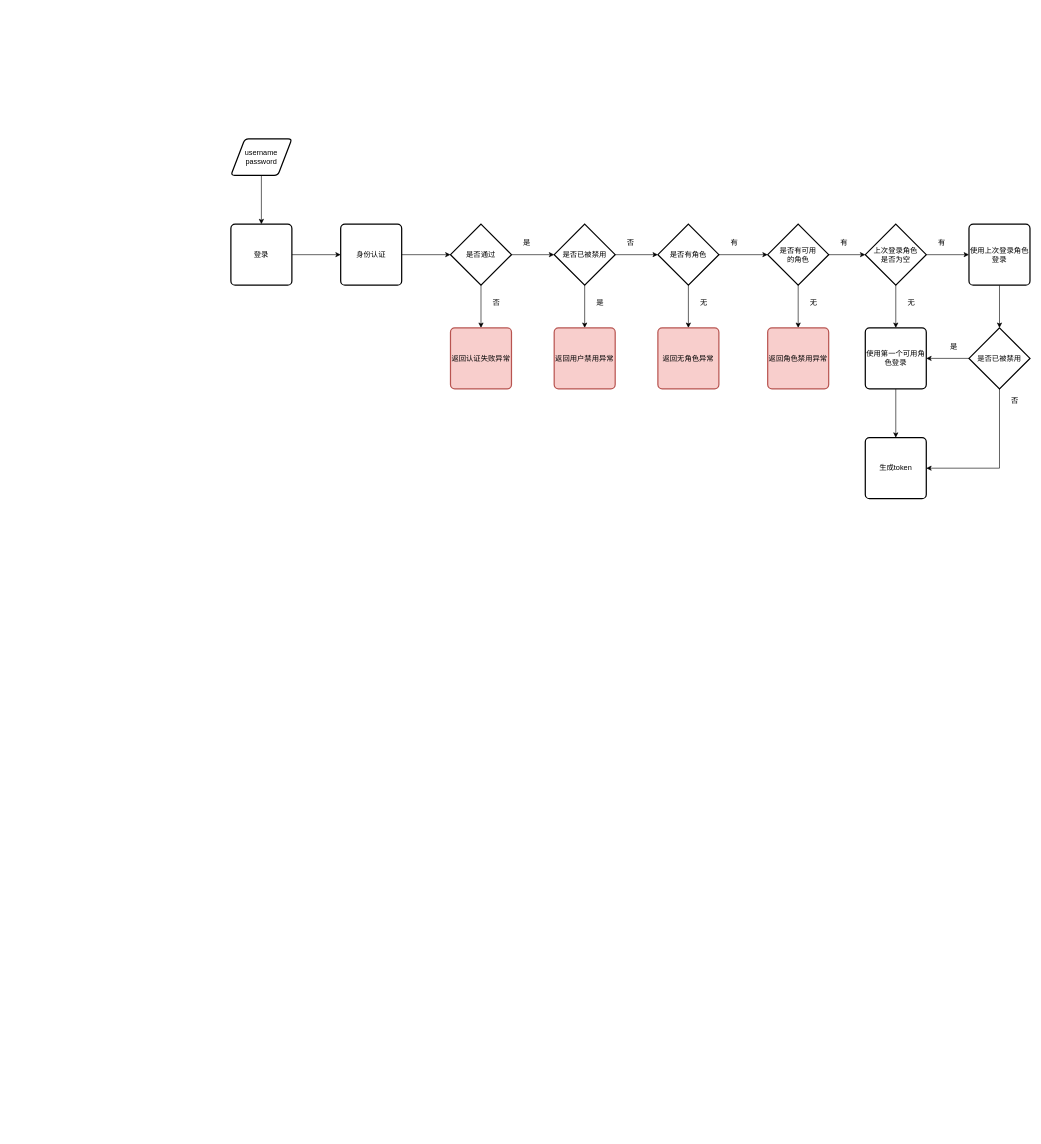
The draw.io diagram draw/登录认证.drawio in Darren0829/draw.io, before the edit. Source tidied: cells renumbered, new cells numbered last; positions are measured from the earlier drawing's top-left corner, leaving out a move shared by most shapes. Both pictures are drawn from the tidied source at 61%, with x=0, y=0 at pixel (231, 138).
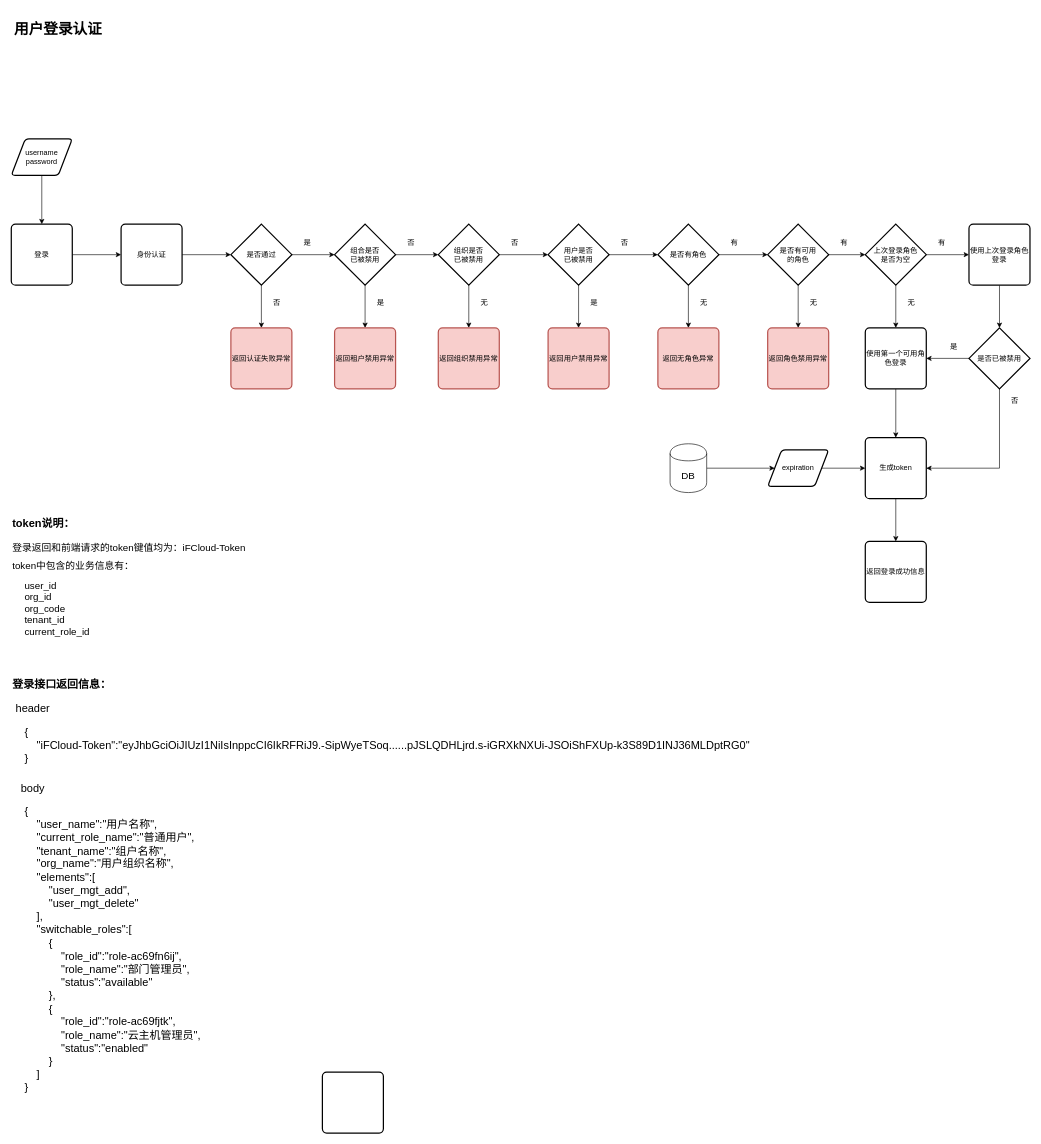
The same page after the edit.

Commit message (it also covers changes not shown here):
更新登录认证.drawio

Unchanged cells that the change refers to:
```xml
<mxCell id="19" value="是否有角色" style="strokeWidth=2;html=1;shape=mxgraph.flowchart.decision;whiteSpace=wrap;" parent="1" vertex="1">
  <mxGeometry x="700" y="140" width="100" height="100" as="geometry" />
</mxCell>
<mxCell id="37" value="生成token" style="rounded=1;whiteSpace=wrap;html=1;absoluteArcSize=1;arcSize=14;strokeWidth=2;" parent="1" vertex="1">
  <mxGeometry x="1040" y="490" width="100" height="100" as="geometry" />
</mxCell>
```

The edit, as a diff of the source:
```diff
@@
     <mxCell id="3" value="登录" style="rounded=1;whiteSpace=wrap;html=1;absoluteArcSize=1;arcSize=14;strokeWidth=2;" parent="1" vertex="1">
-      <mxGeometry y="140" width="100" height="100" as="geometry" />
+      <mxGeometry x="-360" y="140" width="100" height="100" as="geometry" />
     </mxCell>
@@
     <mxCell id="5" value="身份认证" style="rounded=1;whiteSpace=wrap;html=1;absoluteArcSize=1;arcSize=14;strokeWidth=2;" parent="1" vertex="1">
-      <mxGeometry x="180" y="140" width="100" height="100" as="geometry" />
+      <mxGeometry x="-180" y="140" width="100" height="100" as="geometry" />
     </mxCell>
@@
     <mxCell id="7" value="username&lt;br&gt;password" style="shape=parallelogram;html=1;strokeWidth=2;perimeter=parallelogramPerimeter;whiteSpace=wrap;rounded=1;arcSize=12;size=0.23;" parent="1" vertex="1">
-      <mxGeometry width="100" height="60" as="geometry" />
+      <mxGeometry x="-360" width="100" height="60" as="geometry" />
     </mxCell>
@@
     <mxCell id="10" value="是否通过" style="strokeWidth=2;html=1;shape=mxgraph.flowchart.decision;whiteSpace=wrap;" parent="1" vertex="1">
-      <mxGeometry x="360" y="140" width="100" height="100" as="geometry" />
+      <mxGeometry y="140" width="100" height="100" as="geometry" />
     </mxCell>
     <mxCell id="11" value="返回认证失败异常" style="rounded=1;whiteSpace=wrap;html=1;absoluteArcSize=1;arcSize=14;strokeWidth=2;fillColor=#f8cecc;strokeColor=#b85450;" parent="1" vertex="1">
-      <mxGeometry x="360" y="310" width="100" height="100" as="geometry" />
+      <mxGeometry y="310" width="100" height="100" as="geometry" />
     </mxCell>
     <mxCell id="12" value="否" style="text;html=1;align=center;verticalAlign=middle;" parent="1" vertex="1">
-      <mxGeometry x="420" y="259" width="30" height="20" as="geometry" />
+      <mxGeometry x="60" y="259" width="30" height="20" as="geometry" />
     </mxCell>
     <mxCell id="13" value="是" style="text;html=1;align=center;verticalAlign=middle;" parent="1" vertex="1">
-      <mxGeometry x="470" y="160" width="30" height="20" as="geometry" />
+      <mxGeometry x="110" y="160" width="30" height="20" as="geometry" />
     </mxCell>
@@
-    <mxCell id="15" style="edgeStyle=orthogonalEdgeStyle;rounded=0;jettySize=auto;html=1;" parent="1" edge="1" source="16" target="19">
-      <mxGeometry relative="1" as="geometry" />
-    </mxCell>
+    <mxCell id="47" style="edgeStyle=orthogonalEdgeStyle;rounded=0;jettySize=auto;html=1;entryX=0;entryY=0.5;entryDx=0;entryDy=0;entryPerimeter=0;" parent="1" edge="1" source="16" target="52">
+      <mxGeometry relative="1" as="geometry" />
+    </mxCell>
-    <mxCell id="16" value="是否已被禁用" style="strokeWidth=2;html=1;shape=mxgraph.flowchart.decision;whiteSpace=wrap;" parent="1" vertex="1">
-      <mxGeometry x="530" y="140" width="100" height="100" as="geometry" />
+    <mxCell id="16" value="组合是否&lt;br&gt;已被禁用" style="strokeWidth=2;html=1;shape=mxgraph.flowchart.decision;whiteSpace=wrap;" parent="1" vertex="1">
+      <mxGeometry x="170" y="140" width="100" height="100" as="geometry" />
     </mxCell>
@@
-    <mxCell id="26" value="返回用户禁用异常" style="rounded=1;whiteSpace=wrap;html=1;absoluteArcSize=1;arcSize=14;strokeWidth=2;fillColor=#f8cecc;strokeColor=#b85450;" parent="1" vertex="1">
-      <mxGeometry x="530" y="310" width="100" height="100" as="geometry" />
+    <mxCell id="26" value="返回租户禁用异常" style="rounded=1;whiteSpace=wrap;html=1;absoluteArcSize=1;arcSize=14;strokeWidth=2;fillColor=#f8cecc;strokeColor=#b85450;" parent="1" vertex="1">
+      <mxGeometry x="170" y="310" width="100" height="100" as="geometry" />
     </mxCell>
     <mxCell id="27" value="是" style="text;html=1;align=center;verticalAlign=middle;" parent="1" vertex="1">
-      <mxGeometry x="590" y="259" width="30" height="20" as="geometry" />
+      <mxGeometry x="230" y="259" width="30" height="20" as="geometry" />
     </mxCell>
     <mxCell id="28" value="否" style="text;html=1;align=center;verticalAlign=middle;" parent="1" vertex="1">
-      <mxGeometry x="640" y="160" width="30" height="20" as="geometry" />
+      <mxGeometry x="280" y="160" width="30" height="20" as="geometry" />
     </mxCell>
@@
+    <mxCell id="48" style="edgeStyle=orthogonalEdgeStyle;rounded=0;jettySize=auto;html=1;" parent="1" edge="1" source="37" target="49">
+      <mxGeometry relative="1" as="geometry" />
+    </mxCell>
@@
+    <mxCell id="49" value="返回登录成功信息" style="rounded=1;whiteSpace=wrap;html=1;absoluteArcSize=1;arcSize=14;strokeWidth=2;" parent="1" vertex="1">
+      <mxGeometry x="1040" y="660" width="100" height="100" as="geometry" />
+    </mxCell>
@@
+    <mxCell id="50" style="edgeStyle=orthogonalEdgeStyle;rounded=0;jettySize=auto;html=1;entryX=0.5;entryY=0;entryDx=0;entryDy=0;" parent="1" edge="1" source="52" target="53">
+      <mxGeometry relative="1" as="geometry" />
+    </mxCell>
+    <mxCell id="51" style="edgeStyle=orthogonalEdgeStyle;rounded=0;jettySize=auto;html=1;entryX=0;entryY=0.5;entryDx=0;entryDy=0;entryPerimeter=0;" parent="1" edge="1" source="52" target="57">
+      <mxGeometry relative="1" as="geometry" />
+    </mxCell>
+    <mxCell id="52" value="组织是否&lt;br&gt;已被禁用" style="strokeWidth=2;html=1;shape=mxgraph.flowchart.decision;whiteSpace=wrap;" parent="1" vertex="1">
+      <mxGeometry x="340" y="140" width="100" height="100" as="geometry" />
+    </mxCell>
+    <mxCell id="53" value="返回组织禁用异常" style="rounded=1;whiteSpace=wrap;html=1;absoluteArcSize=1;arcSize=14;strokeWidth=2;fillColor=#f8cecc;strokeColor=#b85450;" parent="1" vertex="1">
+      <mxGeometry x="340" y="310" width="100" height="100" as="geometry" />
+    </mxCell>
+    <mxCell id="54" value="无" style="text;html=1;align=center;verticalAlign=middle;" parent="1" vertex="1">
+      <mxGeometry x="400" y="259" width="30" height="20" as="geometry" />
+    </mxCell>
+    <mxCell id="55" style="edgeStyle=orthogonalEdgeStyle;rounded=0;jettySize=auto;html=1;entryX=0.5;entryY=0;entryDx=0;entryDy=0;" parent="1" edge="1" source="57" target="58">
+      <mxGeometry relative="1" as="geometry" />
+    </mxCell>
+    <mxCell id="56" style="edgeStyle=orthogonalEdgeStyle;rounded=0;jettySize=auto;html=1;exitX=1;exitY=0.5;exitDx=0;exitDy=0;exitPerimeter=0;entryX=0;entryY=0.5;entryDx=0;entryDy=0;entryPerimeter=0;" parent="1" edge="1" source="57" target="19">
+      <mxGeometry relative="1" as="geometry" />
+    </mxCell>
+    <mxCell id="57" value="用户是否&lt;br&gt;已被禁用" style="strokeWidth=2;html=1;shape=mxgraph.flowchart.decision;whiteSpace=wrap;" parent="1" vertex="1">
+      <mxGeometry x="520" y="140" width="100" height="100" as="geometry" />
+    </mxCell>
+    <mxCell id="58" value="返回用户禁用异常" style="rounded=1;whiteSpace=wrap;html=1;absoluteArcSize=1;arcSize=14;strokeWidth=2;fillColor=#f8cecc;strokeColor=#b85450;" parent="1" vertex="1">
+      <mxGeometry x="520" y="310" width="100" height="100" as="geometry" />
+    </mxCell>
+    <mxCell id="59" value="是" style="text;html=1;align=center;verticalAlign=middle;" parent="1" vertex="1">
+      <mxGeometry x="580" y="259" width="30" height="20" as="geometry" />
+    </mxCell>
+    <mxCell id="60" value="否" style="text;html=1;align=center;verticalAlign=middle;" parent="1" vertex="1">
+      <mxGeometry x="450" y="160" width="30" height="20" as="geometry" />
+    </mxCell>
+    <mxCell id="61" value="否" style="text;html=1;align=center;verticalAlign=middle;" parent="1" vertex="1">
+      <mxGeometry x="630" y="160" width="30" height="20" as="geometry" />
+    </mxCell>
+    <mxCell id="62" value="&lt;h1&gt;用户登录认证&lt;/h1&gt;&lt;p&gt;&lt;br&gt;&lt;/p&gt;" style="text;html=1;strokeColor=none;fillColor=none;spacing=5;spacingTop=-20;whiteSpace=wrap;overflow=hidden;rounded=0;" parent="1" vertex="1">
+      <mxGeometry x="-360" y="-200" width="190" height="120" as="geometry" />
+    </mxCell>
+    <mxCell id="63" value="token说明：" style="text;html=1;align=left;verticalAlign=middle;strokeWidth=1;fontSize=18;fontStyle=1;" parent="1" vertex="1">
+      <mxGeometry x="-360" y="616" width="120" height="30" as="geometry" />
+    </mxCell>
+    <mxCell id="64" value="token中包含的业务信息有：" style="text;html=1;align=left;verticalAlign=middle;fontSize=16;" parent="1" vertex="1">
+      <mxGeometry x="-360" y="690" width="210" height="20" as="geometry" />
+    </mxCell>
+    <mxCell id="65" value="登录返回和前端请求的token键值均为：iFCloud-Token" style="text;html=1;align=left;verticalAlign=middle;fontSize=16;" parent="1" vertex="1">
+      <mxGeometry x="-360" y="660" width="400" height="20" as="geometry" />
+    </mxCell>
+    <mxCell id="66" value="user_id&lt;br&gt;org_id&lt;br&gt;org_code&lt;br&gt;tenant_id&lt;br&gt;current_role_id&lt;br&gt;" style="text;html=1;align=left;verticalAlign=middle;fontSize=16;" parent="1" vertex="1">
+      <mxGeometry x="-340" y="720" width="120" height="100" as="geometry" />
+    </mxCell>
+    <mxCell id="67" style="edgeStyle=orthogonalEdgeStyle;rounded=0;jettySize=auto;html=1;fontSize=16;" parent="1" edge="1" source="68" target="37">
+      <mxGeometry relative="1" as="geometry" />
+    </mxCell>
+    <mxCell id="68" value="expiration" style="shape=parallelogram;html=1;strokeWidth=2;perimeter=parallelogramPerimeter;whiteSpace=wrap;rounded=1;arcSize=12;size=0.23;" parent="1" vertex="1">
+      <mxGeometry x="880" y="510" width="100" height="60" as="geometry" />
+    </mxCell>
+    <mxCell id="69" style="edgeStyle=orthogonalEdgeStyle;rounded=0;jettySize=auto;html=1;entryX=0;entryY=0.5;entryDx=0;entryDy=0;fontSize=16;" parent="1" edge="1" source="70" target="68">
+      <mxGeometry relative="1" as="geometry" />
+    </mxCell>
+    <mxCell id="70" value="DB" style="shape=cylinder;whiteSpace=wrap;html=1;boundedLbl=1;backgroundOutline=1;strokeWidth=1;fontSize=16;align=center;" parent="1" vertex="1">
+      <mxGeometry x="720" y="500" width="60" height="80" as="geometry" />
+    </mxCell>
+    <mxCell id="71" style="rounded=1;whiteSpace=wrap;html=1;absoluteArcSize=1;arcSize=14;strokeWidth=2;fontSize=18;align=center;" parent="1" vertex="1">
+      <mxGeometry x="150" y="1530" width="100" height="100" as="geometry" />
+    </mxCell>
+    <mxCell id="72" value="登录接口返回信息：" style="text;html=1;align=left;verticalAlign=middle;strokeWidth=1;fontSize=18;fontStyle=1;" parent="1" vertex="1">
+      <mxGeometry x="-360" y="880" width="180" height="30" as="geometry" />
+    </mxCell>
+    <mxCell id="73" value="header" style="text;html=1;align=center;verticalAlign=middle;fontSize=18;" parent="1" vertex="1">
+      <mxGeometry x="-360" y="920" width="70" height="30" as="geometry" />
+    </mxCell>
+    <mxCell id="74" value="&lt;div&gt;{&lt;/div&gt;&lt;div&gt;&amp;nbsp; &amp;nbsp; &quot;iFCloud-Token&quot;:&quot;eyJhbGciOiJIUzI1NiIsInppcCI6IkRFRiJ9.-SipWyeTSoq......pJSLQDHLjrd.s-iGRXkNXUi-JSOiShFXUp-k3S89D1INJ36MLDptRG0&quot;&lt;/div&gt;&lt;div&gt;}&lt;/div&gt;" style="text;html=1;align=left;verticalAlign=middle;fontSize=18;" parent="1" vertex="1">
+      <mxGeometry x="-340" y="960" width="1220" height="70" as="geometry" />
+    </mxCell>
+    <mxCell id="75" value="body" style="text;html=1;align=center;verticalAlign=middle;fontSize=18;" parent="1" vertex="1">
+      <mxGeometry x="-350" y="1050" width="50" height="30" as="geometry" />
+    </mxCell>
+    <mxCell id="76" value="&lt;div&gt;{&lt;/div&gt;&lt;div&gt;&amp;nbsp; &amp;nbsp; &quot;user_name&quot;:&quot;用户名称&quot;,&lt;/div&gt;&lt;div&gt;&amp;nbsp; &amp;nbsp; &quot;current_role_name&quot;:&quot;普通用户&quot;,&lt;/div&gt;&lt;div&gt;&amp;nbsp; &amp;nbsp; &quot;tenant_name&quot;:&quot;组户名称&quot;,&lt;/div&gt;&lt;div&gt;&amp;nbsp; &amp;nbsp; &quot;org_name&quot;:&quot;用户组织名称&quot;,&lt;/div&gt;&lt;div&gt;&amp;nbsp; &amp;nbsp; &quot;elements&quot;:[&lt;/div&gt;&lt;div&gt;&amp;nbsp; &amp;nbsp; &amp;nbsp; &amp;nbsp; &quot;user_mgt_add&quot;,&lt;/div&gt;&lt;div&gt;&amp;nbsp; &amp;nbsp; &amp;nbsp; &amp;nbsp; &quot;user_mgt_delete&quot;&lt;/div&gt;&lt;div&gt;&amp;nbsp; &amp;nbsp; ],&lt;/div&gt;&lt;div&gt;&amp;nbsp; &amp;nbsp; &quot;switchable_roles&quot;:[&lt;/div&gt;&lt;div&gt;&amp;nbsp; &amp;nbsp; &amp;nbsp; &amp;nbsp; {&lt;/div&gt;&lt;div&gt;&amp;nbsp; &amp;nbsp; &amp;nbsp; &amp;nbsp; &amp;nbsp; &amp;nbsp; &quot;role_id&quot;:&quot;role-ac69fn6ij&quot;,&lt;/div&gt;&lt;div&gt;&amp;nbsp; &amp;nbsp; &amp;nbsp; &amp;nbsp; &amp;nbsp; &amp;nbsp; &quot;role_name&quot;:&quot;部门管理员&quot;,&lt;/div&gt;&lt;div&gt;&amp;nbsp; &amp;nbsp; &amp;nbsp; &amp;nbsp; &amp;nbsp; &amp;nbsp; &quot;status&quot;:&quot;available&quot;&lt;/div&gt;&lt;div&gt;&amp;nbsp; &amp;nbsp; &amp;nbsp; &amp;nbsp; },&lt;/div&gt;&lt;div&gt;&amp;nbsp; &amp;nbsp; &amp;nbsp; &amp;nbsp; {&lt;/div&gt;&lt;div&gt;&amp;nbsp; &amp;nbsp; &amp;nbsp; &amp;nbsp; &amp;nbsp; &amp;nbsp; &quot;role_id&quot;:&quot;role-ac69fjtk&quot;,&lt;/div&gt;&lt;div&gt;&amp;nbsp; &amp;nbsp; &amp;nbsp; &amp;nbsp; &amp;nbsp; &amp;nbsp; &quot;role_name&quot;:&quot;云主机管理员&quot;,&lt;/div&gt;&lt;div&gt;&amp;nbsp; &amp;nbsp; &amp;nbsp; &amp;nbsp; &amp;nbsp; &amp;nbsp; &quot;status&quot;:&quot;enabled&quot;&lt;/div&gt;&lt;div&gt;&amp;nbsp; &amp;nbsp; &amp;nbsp; &amp;nbsp; }&lt;/div&gt;&lt;div&gt;&amp;nbsp; &amp;nbsp; ]&lt;/div&gt;&lt;div&gt;}&lt;/div&gt;" style="text;html=1;align=left;verticalAlign=middle;fontSize=18;" parent="1" vertex="1">
+      <mxGeometry x="-340" y="1090" width="310" height="480" as="geometry" />
+    </mxCell>
```
